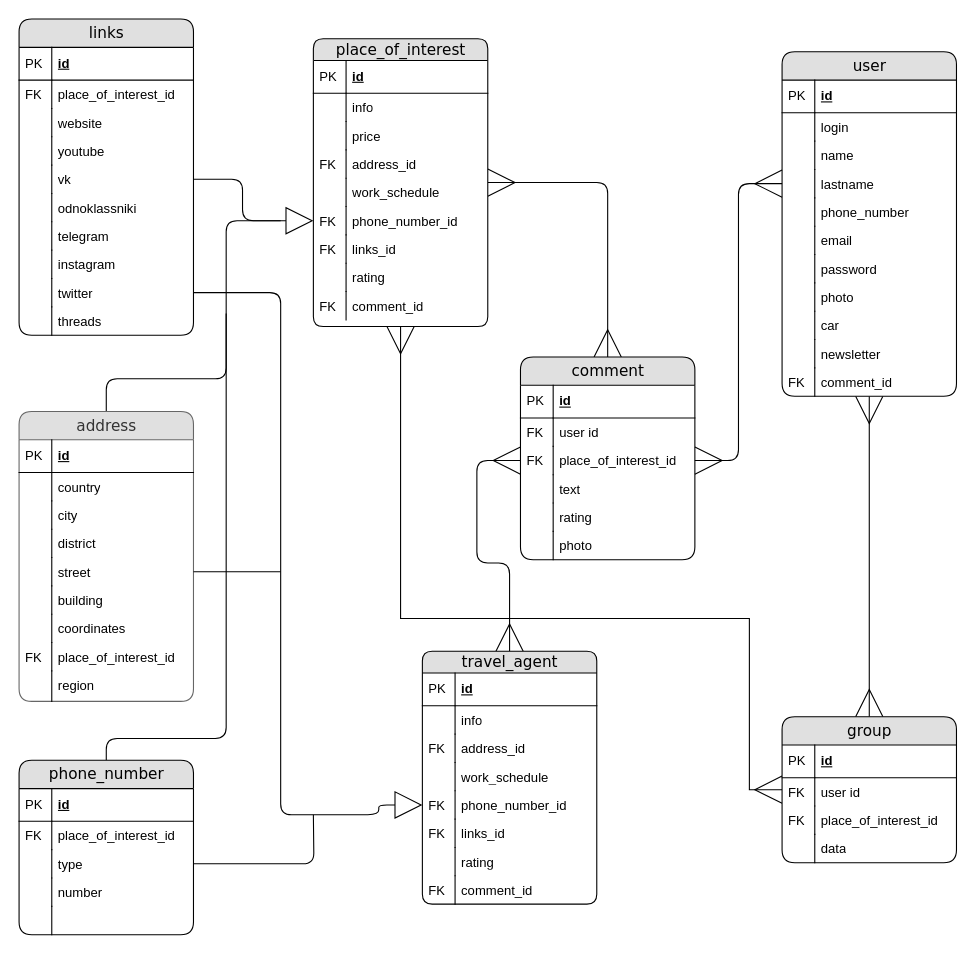
The draw.io diagram diagram/ERD.drawio in RinaBoni/travel_helper, before the edit. Source tidied: cells renumbered, new cells numbered last; positions are measured from the earlier drawing's top-left corner, leaving out a move shared by most shapes. Both pictures are drawn from the tidied source at 109%, with x=0, y=0 at pixel (19, 19).
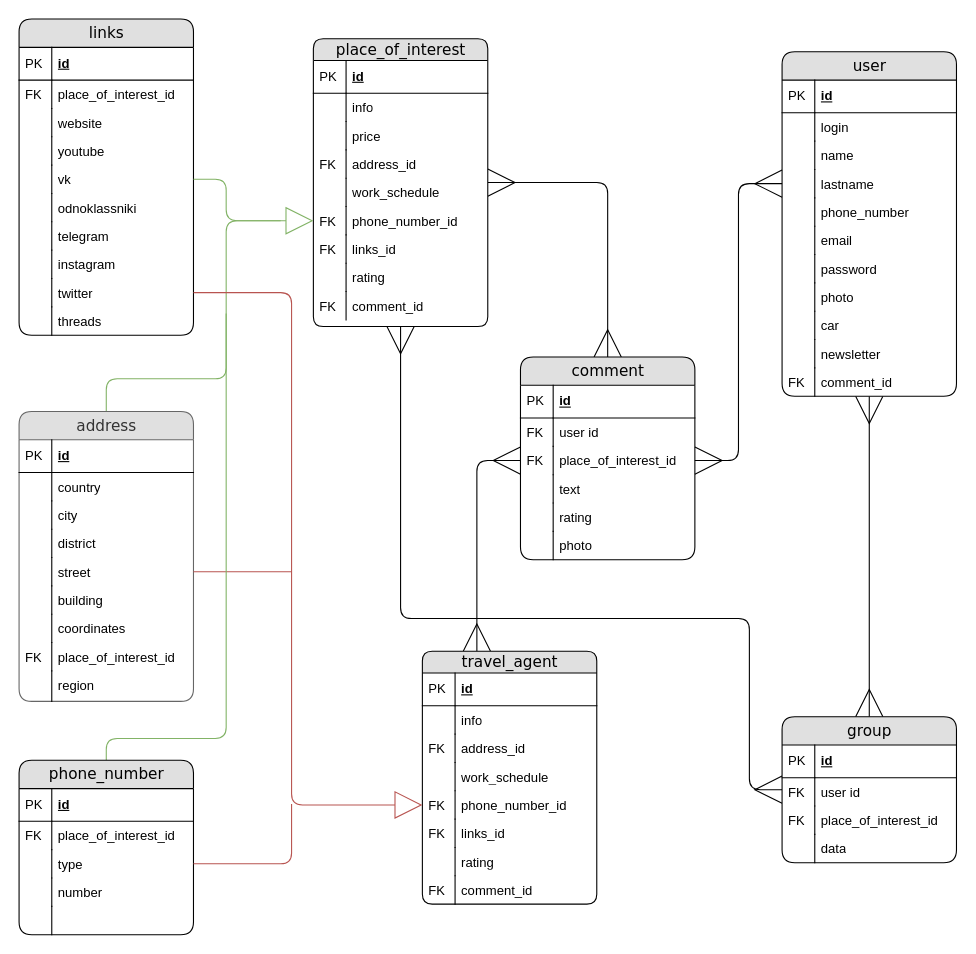
Above is the later version.

Unchanged cells that the change refers to:
```xml
<mxCell id="3" value="place_of_interest" style="swimlane;html=1;fontStyle=0;horizontal=1;startSize=20;fillColor=#e0e0e0;swimlaneFillColor=#ffffff;align=center;rounded=1;shadow=0;comic=0;labelBackgroundColor=none;strokeWidth=1;fontFamily=Verdana;fontSize=14;glass=0;swimlaneLine=1;" parent="1" vertex="1">
  <mxGeometry x="270" y="18" width="160" height="264" as="geometry" />
</mxCell>
<mxCell id="14" value="phone_number_id" style="shape=partialRectangle;top=0;left=0;right=0;bottom=0;html=1;align=left;verticalAlign=top;fillColor=none;spacingLeft=34;spacingRight=4;whiteSpace=wrap;overflow=hidden;points=[[0,0.5],[1,0.5]];portConstraint=eastwest;" parent="3" vertex="1">
  <mxGeometry y="154" width="160" height="26" as="geometry" />
</mxCell>
<mxCell id="27" value="place_of_interest_id" style="shape=partialRectangle;top=0;left=0;right=0;bottom=0;html=1;align=left;verticalAlign=top;fillColor=none;spacingLeft=34;spacingRight=4;whiteSpace=wrap;overflow=hidden;points=[[0,0.5],[1,0.5]];portConstraint=eastwest;" parent="22" vertex="1">
  <mxGeometry y="82" width="160" height="26" as="geometry" />
</mxCell>
<mxCell id="68" value="vk" style="shape=partialRectangle;top=0;left=0;right=0;bottom=0;html=1;align=left;verticalAlign=top;fillColor=none;spacingLeft=34;spacingRight=4;whiteSpace=wrap;overflow=hidden;points=[[0,0.5],[1,0.5]];portConstraint=eastwest;" parent="59" vertex="1">
  <mxGeometry y="134" width="160" height="26" as="geometry" />
</mxCell>
<mxCell id="76" value="twitter" style="shape=partialRectangle;top=0;left=0;right=0;bottom=0;html=1;align=left;verticalAlign=top;fillColor=none;spacingLeft=34;spacingRight=4;whiteSpace=wrap;overflow=hidden;points=[[0,0.5],[1,0.5]];portConstraint=eastwest;" parent="59" vertex="1">
  <mxGeometry y="238" width="160" height="26" as="geometry" />
</mxCell>
<mxCell id="82" value="address" style="swimlane;html=1;fontStyle=0;horizontal=1;startSize=26;swimlaneFillColor=#ffffff;align=center;rounded=1;shadow=0;comic=0;labelBackgroundColor=none;strokeWidth=1;fontFamily=Verdana;fontSize=14;fillColor=#E0E0E0;strokeColor=#666666;fontColor=#333333;" parent="1" vertex="1">
  <mxGeometry y="360" width="160" height="266" as="geometry" />
</mxCell>
<mxCell id="92" value="street&amp;nbsp;" style="shape=partialRectangle;top=0;left=0;right=0;bottom=0;html=1;align=left;verticalAlign=top;fillColor=none;spacingLeft=34;spacingRight=4;whiteSpace=wrap;overflow=hidden;points=[[0,0.5],[1,0.5]];portConstraint=eastwest;" parent="82" vertex="1">
  <mxGeometry y="134" width="160" height="26" as="geometry" />
</mxCell>
<mxCell id="103" value="phone_number" style="swimlane;html=1;fontStyle=0;horizontal=1;startSize=26;fillColor=#e0e0e0;swimlaneFillColor=#ffffff;align=center;rounded=1;shadow=0;comic=0;labelBackgroundColor=none;strokeWidth=1;fontFamily=Verdana;fontSize=14;" parent="1" vertex="1">
  <mxGeometry y="680" width="160" height="160" as="geometry" />
</mxCell>
<mxCell id="109" value="type" style="shape=partialRectangle;top=0;left=0;right=0;bottom=0;html=1;align=left;verticalAlign=top;fillColor=none;spacingLeft=34;spacingRight=4;whiteSpace=wrap;overflow=hidden;points=[[0,0.5],[1,0.5]];portConstraint=eastwest;" parent="103" vertex="1">
  <mxGeometry y="82" width="160" height="26" as="geometry" />
</mxCell>
<mxCell id="116" value="travel_agent" style="swimlane;html=1;fontStyle=0;horizontal=1;startSize=20;fillColor=#e0e0e0;swimlaneFillColor=#ffffff;align=center;rounded=1;shadow=0;comic=0;labelBackgroundColor=none;strokeWidth=1;fontFamily=Verdana;fontSize=14;glass=0;swimlaneLine=1;" parent="1" vertex="1">
  <mxGeometry x="370" y="580" width="160" height="232" as="geometry" />
</mxCell>
<mxCell id="125" value="phone_number_id" style="shape=partialRectangle;top=0;left=0;right=0;bottom=0;html=1;align=left;verticalAlign=top;fillColor=none;spacingLeft=34;spacingRight=4;whiteSpace=wrap;overflow=hidden;points=[[0,0.5],[1,0.5]];portConstraint=eastwest;" parent="116" vertex="1">
  <mxGeometry y="128" width="160" height="26" as="geometry" />
</mxCell>
<mxCell id="136" value="group" style="swimlane;html=1;fontStyle=0;horizontal=1;startSize=26;fillColor=#e0e0e0;swimlaneFillColor=#ffffff;align=center;rounded=1;shadow=0;comic=0;labelBackgroundColor=none;strokeWidth=1;fontFamily=Verdana;fontSize=14;" parent="1" vertex="1">
  <mxGeometry x="700" y="640" width="160" height="134" as="geometry" />
</mxCell>
```

Change to the diagram source:
```diff
@@
-    <mxCell id="81" style="edgeStyle=orthogonalEdgeStyle;rounded=1;jettySize=auto;html=1;endArrow=none;endFill=0;" parent="1" edge="1" source="82">
+    <mxCell id="81" style="edgeStyle=orthogonalEdgeStyle;rounded=1;jettySize=auto;html=1;endArrow=none;endFill=0;fillColor=#d5e8d4;strokeColor=#82b366;" parent="1" edge="1" source="82">
       <mxGeometry relative="1" as="geometry">
         <mxPoint x="240" y="185" as="targetPoint" />
         <Array as="points">
           <mxPoint x="80" y="330" />
           <mxPoint x="190" y="330" />
           <mxPoint x="190" y="185" />
         </Array>
       </mxGeometry>
     </mxCell>
@@
-    <mxCell id="91" style="edgeStyle=orthogonalEdgeStyle;rounded=1;jettySize=auto;html=1;endArrow=none;endFill=0;" parent="82" edge="1" source="92">
+    <mxCell id="91" style="edgeStyle=orthogonalEdgeStyle;rounded=1;jettySize=auto;html=1;endArrow=none;endFill=0;fillColor=#f8cecc;strokeColor=#b85450;" parent="82" edge="1" source="92">
       <mxGeometry relative="1" as="geometry">
-        <mxPoint x="240" y="147" as="targetPoint" />
+        <mxPoint x="250" y="147" as="targetPoint" />
       </mxGeometry>
     </mxCell>
@@
-    <mxCell id="102" style="edgeStyle=orthogonalEdgeStyle;rounded=1;jettySize=auto;html=1;endArrow=none;endFill=0;exitX=0.5;exitY=0;exitDx=0;exitDy=0;" parent="1" edge="1" source="103">
+    <mxCell id="102" style="edgeStyle=orthogonalEdgeStyle;rounded=1;jettySize=auto;html=1;endArrow=none;endFill=0;exitX=0.5;exitY=0;exitDx=0;exitDy=0;fillColor=#d5e8d4;strokeColor=#82b366;" parent="1" edge="1" source="103">
       <mxGeometry relative="1" as="geometry">
         <mxPoint x="190" y="270" as="targetPoint" />
         <Array as="points">
           <mxPoint x="80" y="660" />
           <mxPoint x="190" y="660" />
           <mxPoint x="190" y="300" />
         </Array>
       </mxGeometry>
     </mxCell>
@@
-    <mxCell id="108" style="edgeStyle=orthogonalEdgeStyle;rounded=1;jettySize=auto;html=1;endArrow=none;endFill=0;" parent="103" edge="1" source="109">
+    <mxCell id="108" style="edgeStyle=orthogonalEdgeStyle;rounded=1;jettySize=auto;html=1;endArrow=none;endFill=0;fillColor=#f8cecc;strokeColor=#b85450;" parent="103" edge="1" source="109">
       <mxGeometry relative="1" as="geometry">
-        <mxPoint x="270" y="50" as="targetPoint" />
+        <mxPoint x="250" y="40" as="targetPoint" />
+        <Array as="points">
+          <mxPoint x="250" y="95" />
+        </Array>
       </mxGeometry>
     </mxCell>
@@
     <mxCell id="115" style="edgeStyle=orthogonalEdgeStyle;jettySize=auto;html=1;entryX=0;entryY=0.5;entryDx=0;entryDy=0;endArrow=ERmany;endFill=0;startArrow=ERmany;startFill=0;endSize=23;startSize=23;rounded=1;" parent="1" edge="1" source="116" target="27">
-      <mxGeometry relative="1" as="geometry" />
+      <mxGeometry relative="1" as="geometry">
+        <Array as="points">
+          <mxPoint x="420" y="405" />
+        </Array>
+      </mxGeometry>
     </mxCell>
@@
-    <mxCell id="133" style="edgeStyle=orthogonalEdgeStyle;rounded=1;jettySize=auto;html=1;endSize=23;startSize=23;endArrow=block;endFill=0;" parent="1" edge="1" source="68" target="14">
-      <mxGeometry relative="1" as="geometry" />
+    <mxCell id="133" style="edgeStyle=orthogonalEdgeStyle;rounded=1;jettySize=auto;html=1;endSize=23;startSize=23;endArrow=block;endFill=0;fillColor=#d5e8d4;strokeColor=#82b366;" parent="1" edge="1" source="68" target="14">
+      <mxGeometry relative="1" as="geometry">
+        <Array as="points">
+          <mxPoint x="190" y="147" />
+          <mxPoint x="190" y="185" />
+        </Array>
+      </mxGeometry>
     </mxCell>
-    <mxCell id="134" style="edgeStyle=orthogonalEdgeStyle;rounded=1;jettySize=auto;html=1;entryX=0;entryY=0.5;entryDx=0;entryDy=0;endArrow=block;endFill=0;endSize=23;" parent="1" edge="1" source="76" target="125">
+    <mxCell id="134" style="edgeStyle=orthogonalEdgeStyle;rounded=1;jettySize=auto;html=1;entryX=0;entryY=0.5;entryDx=0;entryDy=0;endArrow=block;endFill=0;endSize=23;fillColor=#f8cecc;strokeColor=#b85450;" parent="1" edge="1" source="76" target="125">
       <mxGeometry relative="1" as="geometry">
         <Array as="points">
-          <mxPoint x="240" y="251" />
-          <mxPoint x="240" y="730" />
-          <mxPoint x="330" y="730" />
+          <mxPoint x="250" y="251" />
+          <mxPoint x="250" y="721" />
         </Array>
       </mxGeometry>
     </mxCell>
-    <mxCell id="135" style="edgeStyle=orthogonalEdgeStyle;rounded=0;jettySize=auto;html=1;entryX=0.5;entryY=1;entryDx=0;entryDy=0;startArrow=ERmany;startFill=0;endArrow=ERmany;endFill=0;endSize=23;startSize=23;" parent="1" edge="1" source="136" target="3">
+    <mxCell id="135" style="edgeStyle=orthogonalEdgeStyle;rounded=1;jettySize=auto;html=1;entryX=0.5;entryY=1;entryDx=0;entryDy=0;startArrow=ERmany;startFill=0;endArrow=ERmany;endFill=0;endSize=23;startSize=23;curved=0;" parent="1" edge="1" source="136" target="3">
       <mxGeometry relative="1" as="geometry">
         <Array as="points">
           <mxPoint x="670" y="707" />
           <mxPoint x="670" y="550" />
           <mxPoint x="350" y="550" />
         </Array>
       </mxGeometry>
     </mxCell>
```
